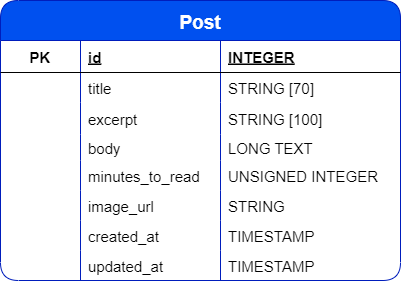
This is diagrams/relational_schema-0.0.1.drawio.png from AhmdSkr/Blogging-Website-Server-Side-Development, a draw.io export, as it was before one commit. Source tidied: cells renumbered, new cells last; positions are measured from the earlier drawing's top-left corner, leaving out a move shared by most shapes. The source it was exported from:
```xml
<mxGraphModel>
  <root>
    <mxCell id="0" />
    <mxCell id="1" parent="0" />
    <mxCell id="2" value="Post" style="shape=table;startSize=40;rowLines=0;fontStyle=1;align=center;fontSize=19;fillColor=#0050ef;strokeColor=#001DBC;fontColor=#ffffff;rounded=1;" parent="1" vertex="1">
      <mxGeometry width="400" height="280" as="geometry" />
    </mxCell>
    <mxCell id="3" style="shape=tableRow;horizontal=0;startSize=0;swimlaneHead=0;swimlaneBody=0;fillColor=none;points=[[0,0.5],[1,0.5]];portConstraint=eastwest;top=0;left=0;right=0;bottom=1;fontSize=15;rounded=1;" parent="2" vertex="1">
      <mxGeometry y="40" width="400" height="32" as="geometry" />
    </mxCell>
    <mxCell id="4" value="PK" style="shape=partialRectangle;fillColor=none;top=0;left=0;bottom=0;right=0;fontStyle=1;overflow=hidden;fontSize=15;rounded=1;" parent="3" vertex="1">
      <mxGeometry width="80" height="32" as="geometry" />
    </mxCell>
    <mxCell id="5" value="id" style="shape=partialRectangle;fillColor=none;top=0;left=0;bottom=0;right=0;align=left;spacingLeft=6;fontStyle=5;overflow=hidden;fontSize=15;rounded=1;" parent="3" vertex="1">
      <mxGeometry x="80" width="140" height="32" as="geometry" />
    </mxCell>
    <object id="6" label="INTEGER" placeholders="1">
      <mxCell style="shape=partialRectangle;fillColor=none;top=0;left=0;bottom=0;right=0;align=left;spacingLeft=6;fontStyle=5;overflow=hidden;fontSize=15;rounded=1;" parent="3" vertex="1">
        <mxGeometry x="220" width="180" height="32" as="geometry" />
      </mxCell>
    </object>
    <mxCell id="7" style="shape=tableRow;horizontal=0;startSize=0;swimlaneHead=0;swimlaneBody=0;fillColor=none;top=0;left=0;right=0;bottom=0;fontSize=15;rounded=1;" parent="2" vertex="1">
      <mxGeometry y="72" width="400" height="30" as="geometry" />
    </mxCell>
    <mxCell id="8" style="shape=partialRectangle;fillColor=none;top=0;left=0;bottom=0;right=0;overflow=hidden;fontSize=15;rounded=1;" parent="7" vertex="1">
      <mxGeometry width="80" height="30" as="geometry" />
    </mxCell>
    <mxCell id="9" value="title" style="shape=partialRectangle;fillColor=none;top=0;left=0;bottom=0;right=0;align=left;spacingLeft=6;overflow=hidden;fontSize=15;rounded=1;" parent="7" vertex="1">
      <mxGeometry x="80" width="140" height="30" as="geometry" />
    </mxCell>
    <mxCell id="10" value="STRING [70]" style="shape=partialRectangle;fillColor=none;top=0;left=0;bottom=0;right=0;align=left;spacingLeft=6;overflow=hidden;fontSize=15;rounded=1;" parent="7" vertex="1">
      <mxGeometry x="220" width="180" height="30" as="geometry" />
    </mxCell>
    <mxCell id="11" style="shape=tableRow;horizontal=0;startSize=0;swimlaneHead=0;swimlaneBody=0;fillColor=none;top=0;left=0;right=0;bottom=0;fontSize=15;rounded=1;" parent="2" vertex="1">
      <mxGeometry y="102" width="400" height="32" as="geometry" />
    </mxCell>
    <mxCell id="12" style="shape=partialRectangle;fillColor=none;top=0;left=0;bottom=0;right=0;overflow=hidden;fontSize=15;rounded=1;" parent="11" vertex="1">
      <mxGeometry width="80" height="32" as="geometry" />
    </mxCell>
    <mxCell id="13" value="excerpt" style="shape=partialRectangle;fillColor=none;top=0;left=0;bottom=0;right=0;align=left;spacingLeft=6;overflow=hidden;fontSize=15;rounded=1;" parent="11" vertex="1">
      <mxGeometry x="80" width="140" height="32" as="geometry" />
    </mxCell>
    <mxCell id="14" value="STRING [100]" style="shape=partialRectangle;fillColor=none;top=0;left=0;bottom=0;right=0;align=left;spacingLeft=6;overflow=hidden;fontSize=15;rounded=1;" parent="11" vertex="1">
      <mxGeometry x="220" width="180" height="32" as="geometry" />
    </mxCell>
    <mxCell id="15" style="shape=tableRow;horizontal=0;startSize=0;swimlaneHead=0;swimlaneBody=0;fillColor=none;top=0;left=0;right=0;bottom=0;fontSize=15;rounded=1;" parent="2" vertex="1">
      <mxGeometry y="134" width="400" height="26" as="geometry" />
    </mxCell>
    <mxCell id="16" style="shape=partialRectangle;fillColor=none;top=0;left=0;bottom=0;right=0;overflow=hidden;fontSize=15;rounded=1;" parent="15" vertex="1">
      <mxGeometry width="80" height="26" as="geometry" />
    </mxCell>
    <mxCell id="17" value="body" style="shape=partialRectangle;fillColor=none;top=0;left=0;bottom=0;right=0;align=left;spacingLeft=6;overflow=hidden;fontSize=15;rounded=1;" parent="15" vertex="1">
      <mxGeometry x="80" width="140" height="26" as="geometry" />
    </mxCell>
    <mxCell id="18" value="LONG TEXT" style="shape=partialRectangle;fillColor=none;top=0;left=0;bottom=0;right=0;align=left;spacingLeft=6;overflow=hidden;fontSize=15;rounded=1;" parent="15" vertex="1">
      <mxGeometry x="220" width="180" height="26" as="geometry" />
    </mxCell>
    <mxCell id="19" style="shape=tableRow;horizontal=0;startSize=0;swimlaneHead=0;swimlaneBody=0;fillColor=none;top=0;left=0;right=0;bottom=0;fontSize=15;rounded=1;" parent="2" vertex="1">
      <mxGeometry y="160" width="400" height="30" as="geometry" />
    </mxCell>
    <mxCell id="20" style="shape=partialRectangle;fillColor=none;top=0;left=0;bottom=0;right=0;overflow=hidden;fontSize=15;rounded=1;" parent="19" vertex="1">
      <mxGeometry width="80" height="30" as="geometry" />
    </mxCell>
    <mxCell id="21" value="minutes_to_read" style="shape=partialRectangle;fillColor=none;top=0;left=0;bottom=0;right=0;align=left;spacingLeft=6;overflow=hidden;fontSize=15;rounded=1;" parent="19" vertex="1">
      <mxGeometry x="80" width="140" height="30" as="geometry" />
    </mxCell>
    <mxCell id="22" value="UNSIGNED INTEGER" style="shape=partialRectangle;fillColor=none;top=0;left=0;bottom=0;right=0;align=left;spacingLeft=6;overflow=hidden;fontSize=15;rounded=1;" parent="19" vertex="1">
      <mxGeometry x="220" width="180" height="30" as="geometry" />
    </mxCell>
    <mxCell id="23" style="shape=tableRow;horizontal=0;startSize=0;swimlaneHead=0;swimlaneBody=0;fillColor=none;top=0;left=0;right=0;bottom=0;fontSize=15;rounded=1;" parent="2" vertex="1">
      <mxGeometry y="190" width="400" height="30" as="geometry" />
    </mxCell>
    <mxCell id="24" style="shape=partialRectangle;fillColor=none;top=0;left=0;bottom=0;right=0;overflow=hidden;fontSize=15;rounded=1;" parent="23" vertex="1">
      <mxGeometry width="80" height="30" as="geometry" />
    </mxCell>
    <mxCell id="25" value="image_url" style="shape=partialRectangle;fillColor=none;top=0;left=0;bottom=0;right=0;align=left;spacingLeft=6;overflow=hidden;fontSize=15;rounded=1;" parent="23" vertex="1">
      <mxGeometry x="80" width="140" height="30" as="geometry" />
    </mxCell>
    <mxCell id="26" value="STRING" style="shape=partialRectangle;fillColor=none;top=0;left=0;bottom=0;right=0;align=left;spacingLeft=6;overflow=hidden;fontSize=15;rounded=1;" parent="23" vertex="1">
      <mxGeometry x="220" width="180" height="30" as="geometry" />
    </mxCell>
    <mxCell id="27" style="shape=tableRow;horizontal=0;startSize=0;swimlaneHead=0;swimlaneBody=0;fillColor=none;top=0;left=0;right=0;bottom=0;fontSize=15;rounded=1;" parent="2" vertex="1">
      <mxGeometry y="220" width="400" height="30" as="geometry" />
    </mxCell>
    <mxCell id="28" style="shape=partialRectangle;fillColor=none;top=0;left=0;bottom=0;right=0;overflow=hidden;fontSize=15;rounded=1;" parent="27" vertex="1">
      <mxGeometry width="80" height="30" as="geometry" />
    </mxCell>
    <mxCell id="29" value="created_at" style="shape=partialRectangle;fillColor=none;top=0;left=0;bottom=0;right=0;align=left;spacingLeft=6;overflow=hidden;fontSize=15;rounded=1;" parent="27" vertex="1">
      <mxGeometry x="80" width="140" height="30" as="geometry" />
    </mxCell>
    <mxCell id="30" value="TIMESTAMP" style="shape=partialRectangle;fillColor=none;top=0;left=0;bottom=0;right=0;align=left;spacingLeft=6;overflow=hidden;fontSize=15;rounded=1;" parent="27" vertex="1">
      <mxGeometry x="220" width="180" height="30" as="geometry" />
    </mxCell>
    <mxCell id="31" style="shape=tableRow;horizontal=0;startSize=0;swimlaneHead=0;swimlaneBody=0;fillColor=none;top=0;left=0;right=0;bottom=0;fontSize=15;rounded=1;" parent="2" vertex="1">
      <mxGeometry y="250" width="400" height="30" as="geometry" />
    </mxCell>
    <mxCell id="32" style="shape=partialRectangle;fillColor=none;top=0;left=0;bottom=0;right=0;overflow=hidden;fontSize=15;rounded=1;" parent="31" vertex="1">
      <mxGeometry width="80" height="30" as="geometry" />
    </mxCell>
    <mxCell id="33" value="updated_at" style="shape=partialRectangle;fillColor=none;top=0;left=0;bottom=0;right=0;align=left;spacingLeft=6;overflow=hidden;fontSize=15;rounded=1;" parent="31" vertex="1">
      <mxGeometry x="80" width="140" height="30" as="geometry" />
    </mxCell>
    <mxCell id="34" value="TIMESTAMP" style="shape=partialRectangle;fillColor=none;top=0;left=0;bottom=0;right=0;align=left;spacingLeft=6;overflow=hidden;fontSize=15;rounded=1;" parent="31" vertex="1">
      <mxGeometry x="220" width="180" height="30" as="geometry" />
    </mxCell>
  </root>
</mxGraphModel>
```
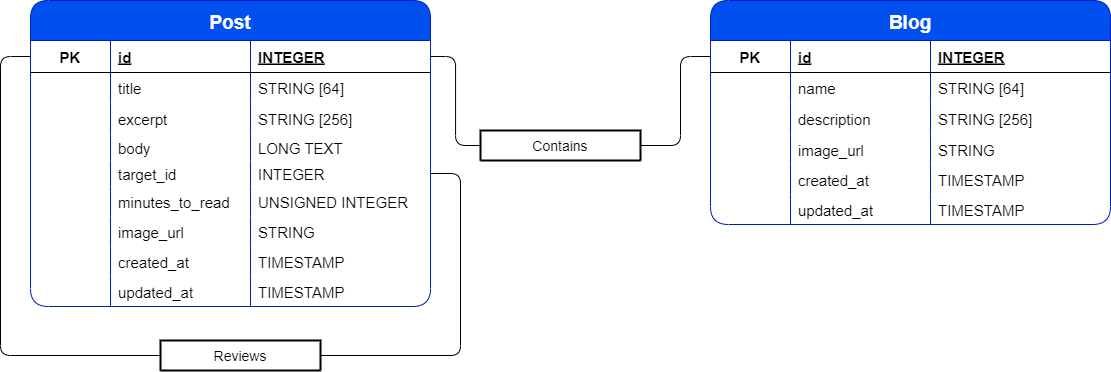
Above is the later version.

Diff of the diagram source:
```diff
@@ -3,7 +3,7 @@
     <mxCell id="0" />
     <mxCell id="1" parent="0" />
     <mxCell id="2" value="Post" style="shape=table;startSize=40;rowLines=0;fontStyle=1;align=center;fontSize=19;fillColor=#0050ef;strokeColor=#001DBC;fontColor=#ffffff;rounded=1;" parent="1" vertex="1">
-      <mxGeometry width="400" height="280" as="geometry" />
+      <mxGeometry width="400" height="306" as="geometry" />
     </mxCell>
     <mxCell id="3" style="shape=tableRow;horizontal=0;startSize=0;swimlaneHead=0;swimlaneBody=0;fillColor=none;points=[[0,0.5],[1,0.5]];portConstraint=eastwest;top=0;left=0;right=0;bottom=1;fontSize=15;rounded=1;" parent="2" vertex="1">
       <mxGeometry y="40" width="400" height="32" as="geometry" />
@@ -28,7 +28,7 @@
     <mxCell id="9" value="title" style="shape=partialRectangle;fillColor=none;top=0;left=0;bottom=0;right=0;align=left;spacingLeft=6;overflow=hidden;fontSize=15;rounded=1;" parent="7" vertex="1">
       <mxGeometry x="80" width="140" height="30" as="geometry" />
     </mxCell>
-    <mxCell id="10" value="STRING [70]" style="shape=partialRectangle;fillColor=none;top=0;left=0;bottom=0;right=0;align=left;spacingLeft=6;overflow=hidden;fontSize=15;rounded=1;" parent="7" vertex="1">
+    <mxCell id="10" value="STRING [64]" style="shape=partialRectangle;fillColor=none;top=0;left=0;bottom=0;right=0;align=left;spacingLeft=6;overflow=hidden;fontSize=15;rounded=1;" parent="7" vertex="1">
       <mxGeometry x="220" width="180" height="30" as="geometry" />
     </mxCell>
     <mxCell id="11" style="shape=tableRow;horizontal=0;startSize=0;swimlaneHead=0;swimlaneBody=0;fillColor=none;top=0;left=0;right=0;bottom=0;fontSize=15;rounded=1;" parent="2" vertex="1">
@@ -40,7 +40,7 @@
     <mxCell id="13" value="excerpt" style="shape=partialRectangle;fillColor=none;top=0;left=0;bottom=0;right=0;align=left;spacingLeft=6;overflow=hidden;fontSize=15;rounded=1;" parent="11" vertex="1">
       <mxGeometry x="80" width="140" height="32" as="geometry" />
     </mxCell>
-    <mxCell id="14" value="STRING [100]" style="shape=partialRectangle;fillColor=none;top=0;left=0;bottom=0;right=0;align=left;spacingLeft=6;overflow=hidden;fontSize=15;rounded=1;" parent="11" vertex="1">
+    <mxCell id="14" value="STRING [256]" style="shape=partialRectangle;fillColor=none;top=0;left=0;bottom=0;right=0;align=left;spacingLeft=6;overflow=hidden;fontSize=15;rounded=1;" parent="11" vertex="1">
       <mxGeometry x="220" width="180" height="32" as="geometry" />
     </mxCell>
     <mxCell id="15" style="shape=tableRow;horizontal=0;startSize=0;swimlaneHead=0;swimlaneBody=0;fillColor=none;top=0;left=0;right=0;bottom=0;fontSize=15;rounded=1;" parent="2" vertex="1">
@@ -55,8 +55,20 @@
     <mxCell id="18" value="LONG TEXT" style="shape=partialRectangle;fillColor=none;top=0;left=0;bottom=0;right=0;align=left;spacingLeft=6;overflow=hidden;fontSize=15;rounded=1;" parent="15" vertex="1">
       <mxGeometry x="220" width="180" height="26" as="geometry" />
     </mxCell>
+    <mxCell id="35" style="shape=tableRow;horizontal=0;startSize=0;swimlaneHead=0;swimlaneBody=0;fillColor=none;points=[[0,0.5],[1,0.5]];portConstraint=eastwest;top=0;left=0;right=0;bottom=0;fontSize=15;rounded=1;" parent="2" vertex="1">
+      <mxGeometry y="160" width="400" height="26" as="geometry" />
+    </mxCell>
+    <mxCell id="36" style="shape=partialRectangle;fillColor=none;top=0;left=0;bottom=0;right=0;overflow=hidden;fontSize=15;rounded=1;" parent="35" vertex="1">
+      <mxGeometry width="80" height="26" as="geometry" />
+    </mxCell>
+    <mxCell id="37" value="target_id" style="shape=partialRectangle;fillColor=none;top=0;left=0;bottom=0;right=0;align=left;spacingLeft=6;overflow=hidden;fontSize=15;rounded=1;" parent="35" vertex="1">
+      <mxGeometry x="80" width="140" height="26" as="geometry" />
+    </mxCell>
+    <mxCell id="38" value="INTEGER" style="shape=partialRectangle;fillColor=none;top=0;left=0;bottom=0;right=0;align=left;spacingLeft=6;overflow=hidden;fontSize=15;rounded=1;" parent="35" vertex="1">
+      <mxGeometry x="220" width="180" height="26" as="geometry" />
+    </mxCell>
     <mxCell id="19" style="shape=tableRow;horizontal=0;startSize=0;swimlaneHead=0;swimlaneBody=0;fillColor=none;top=0;left=0;right=0;bottom=0;fontSize=15;rounded=1;" parent="2" vertex="1">
-      <mxGeometry y="160" width="400" height="30" as="geometry" />
+      <mxGeometry y="186" width="400" height="30" as="geometry" />
     </mxCell>
     <mxCell id="20" style="shape=partialRectangle;fillColor=none;top=0;left=0;bottom=0;right=0;overflow=hidden;fontSize=15;rounded=1;" parent="19" vertex="1">
       <mxGeometry width="80" height="30" as="geometry" />
@@ -68,7 +80,7 @@
       <mxGeometry x="220" width="180" height="30" as="geometry" />
     </mxCell>
     <mxCell id="23" style="shape=tableRow;horizontal=0;startSize=0;swimlaneHead=0;swimlaneBody=0;fillColor=none;top=0;left=0;right=0;bottom=0;fontSize=15;rounded=1;" parent="2" vertex="1">
-      <mxGeometry y="190" width="400" height="30" as="geometry" />
+      <mxGeometry y="216" width="400" height="30" as="geometry" />
     </mxCell>
     <mxCell id="24" style="shape=partialRectangle;fillColor=none;top=0;left=0;bottom=0;right=0;overflow=hidden;fontSize=15;rounded=1;" parent="23" vertex="1">
       <mxGeometry width="80" height="30" as="geometry" />
@@ -80,7 +92,7 @@
       <mxGeometry x="220" width="180" height="30" as="geometry" />
     </mxCell>
     <mxCell id="27" style="shape=tableRow;horizontal=0;startSize=0;swimlaneHead=0;swimlaneBody=0;fillColor=none;top=0;left=0;right=0;bottom=0;fontSize=15;rounded=1;" parent="2" vertex="1">
-      <mxGeometry y="220" width="400" height="30" as="geometry" />
+      <mxGeometry y="246" width="400" height="30" as="geometry" />
     </mxCell>
     <mxCell id="28" style="shape=partialRectangle;fillColor=none;top=0;left=0;bottom=0;right=0;overflow=hidden;fontSize=15;rounded=1;" parent="27" vertex="1">
       <mxGeometry width="80" height="30" as="geometry" />
@@ -92,7 +104,7 @@
       <mxGeometry x="220" width="180" height="30" as="geometry" />
     </mxCell>
     <mxCell id="31" style="shape=tableRow;horizontal=0;startSize=0;swimlaneHead=0;swimlaneBody=0;fillColor=none;top=0;left=0;right=0;bottom=0;fontSize=15;rounded=1;" parent="2" vertex="1">
-      <mxGeometry y="250" width="400" height="30" as="geometry" />
+      <mxGeometry y="276" width="400" height="30" as="geometry" />
     </mxCell>
     <mxCell id="32" style="shape=partialRectangle;fillColor=none;top=0;left=0;bottom=0;right=0;overflow=hidden;fontSize=15;rounded=1;" parent="31" vertex="1">
       <mxGeometry width="80" height="30" as="geometry" />
@@ -103,5 +115,114 @@
     <mxCell id="34" value="TIMESTAMP" style="shape=partialRectangle;fillColor=none;top=0;left=0;bottom=0;right=0;align=left;spacingLeft=6;overflow=hidden;fontSize=15;rounded=1;" parent="31" vertex="1">
       <mxGeometry x="220" width="180" height="30" as="geometry" />
     </mxCell>
+    <mxCell id="39" value="Blog" style="shape=table;startSize=40;rowLines=0;fontStyle=1;align=center;fontSize=19;fillColor=#0050ef;strokeColor=#001DBC;fontColor=#ffffff;rounded=1;" parent="1" vertex="1">
+      <mxGeometry x="680" width="400" height="224" as="geometry" />
+    </mxCell>
+    <mxCell id="40" style="shape=tableRow;horizontal=0;startSize=0;swimlaneHead=0;swimlaneBody=0;fillColor=none;points=[[0,0.5],[1,0.5]];portConstraint=eastwest;top=0;left=0;right=0;bottom=1;fontSize=15;rounded=1;" parent="39" vertex="1">
+      <mxGeometry y="40" width="400" height="32" as="geometry" />
+    </mxCell>
+    <mxCell id="41" value="PK" style="shape=partialRectangle;fillColor=none;top=0;left=0;bottom=0;right=0;fontStyle=1;overflow=hidden;fontSize=15;rounded=1;" parent="40" vertex="1">
+      <mxGeometry width="80" height="32" as="geometry" />
+    </mxCell>
+    <mxCell id="42" value="id" style="shape=partialRectangle;fillColor=none;top=0;left=0;bottom=0;right=0;align=left;spacingLeft=6;fontStyle=5;overflow=hidden;fontSize=15;rounded=1;" parent="40" vertex="1">
+      <mxGeometry x="80" width="140" height="32" as="geometry" />
+    </mxCell>
+    <object id="43" label="INTEGER" placeholders="1">
+      <mxCell style="shape=partialRectangle;fillColor=none;top=0;left=0;bottom=0;right=0;align=left;spacingLeft=6;fontStyle=5;overflow=hidden;fontSize=15;rounded=1;" parent="40" vertex="1">
+        <mxGeometry x="220" width="180" height="32" as="geometry" />
+      </mxCell>
+    </object>
+    <mxCell id="44" style="shape=tableRow;horizontal=0;startSize=0;swimlaneHead=0;swimlaneBody=0;fillColor=none;top=0;left=0;right=0;bottom=0;fontSize=15;rounded=1;" parent="39" vertex="1">
+      <mxGeometry y="72" width="400" height="30" as="geometry" />
+    </mxCell>
+    <mxCell id="45" style="shape=partialRectangle;fillColor=none;top=0;left=0;bottom=0;right=0;overflow=hidden;fontSize=15;rounded=1;" parent="44" vertex="1">
+      <mxGeometry width="80" height="30" as="geometry" />
+    </mxCell>
+    <mxCell id="46" value="name" style="shape=partialRectangle;fillColor=none;top=0;left=0;bottom=0;right=0;align=left;spacingLeft=6;overflow=hidden;fontSize=15;rounded=1;" parent="44" vertex="1">
+      <mxGeometry x="80" width="140" height="30" as="geometry" />
+    </mxCell>
+    <mxCell id="47" value="STRING [64]" style="shape=partialRectangle;fillColor=none;top=0;left=0;bottom=0;right=0;align=left;spacingLeft=6;overflow=hidden;fontSize=15;rounded=1;" parent="44" vertex="1">
+      <mxGeometry x="220" width="180" height="30" as="geometry" />
+    </mxCell>
+    <mxCell id="48" style="shape=tableRow;horizontal=0;startSize=0;swimlaneHead=0;swimlaneBody=0;fillColor=none;top=0;left=0;right=0;bottom=0;fontSize=15;rounded=1;" parent="39" vertex="1">
+      <mxGeometry y="102" width="400" height="32" as="geometry" />
+    </mxCell>
+    <mxCell id="49" style="shape=partialRectangle;fillColor=none;top=0;left=0;bottom=0;right=0;overflow=hidden;fontSize=15;rounded=1;" parent="48" vertex="1">
+      <mxGeometry width="80" height="32" as="geometry" />
+    </mxCell>
+    <mxCell id="50" value="description" style="shape=partialRectangle;fillColor=none;top=0;left=0;bottom=0;right=0;align=left;spacingLeft=6;overflow=hidden;fontSize=15;rounded=1;" parent="48" vertex="1">
+      <mxGeometry x="80" width="140" height="32" as="geometry" />
+    </mxCell>
+    <mxCell id="51" value="STRING [256]" style="shape=partialRectangle;fillColor=none;top=0;left=0;bottom=0;right=0;align=left;spacingLeft=6;overflow=hidden;fontSize=15;rounded=1;" parent="48" vertex="1">
+      <mxGeometry x="220" width="180" height="32" as="geometry" />
+    </mxCell>
+    <mxCell id="52" style="shape=tableRow;horizontal=0;startSize=0;swimlaneHead=0;swimlaneBody=0;fillColor=none;top=0;left=0;right=0;bottom=0;fontSize=15;rounded=1;" parent="39" vertex="1">
+      <mxGeometry y="134" width="400" height="30" as="geometry" />
+    </mxCell>
+    <mxCell id="53" style="shape=partialRectangle;fillColor=none;top=0;left=0;bottom=0;right=0;overflow=hidden;fontSize=15;rounded=1;" parent="52" vertex="1">
+      <mxGeometry width="80" height="30" as="geometry" />
+    </mxCell>
+    <mxCell id="54" value="image_url" style="shape=partialRectangle;fillColor=none;top=0;left=0;bottom=0;right=0;align=left;spacingLeft=6;overflow=hidden;fontSize=15;rounded=1;" parent="52" vertex="1">
+      <mxGeometry x="80" width="140" height="30" as="geometry" />
+    </mxCell>
+    <mxCell id="55" value="STRING" style="shape=partialRectangle;fillColor=none;top=0;left=0;bottom=0;right=0;align=left;spacingLeft=6;overflow=hidden;fontSize=15;rounded=1;" parent="52" vertex="1">
+      <mxGeometry x="220" width="180" height="30" as="geometry" />
+    </mxCell>
+    <mxCell id="56" style="shape=tableRow;horizontal=0;startSize=0;swimlaneHead=0;swimlaneBody=0;fillColor=none;top=0;left=0;right=0;bottom=0;fontSize=15;rounded=1;" parent="39" vertex="1">
+      <mxGeometry y="164" width="400" height="30" as="geometry" />
+    </mxCell>
+    <mxCell id="57" style="shape=partialRectangle;fillColor=none;top=0;left=0;bottom=0;right=0;overflow=hidden;fontSize=15;rounded=1;" parent="56" vertex="1">
+      <mxGeometry width="80" height="30" as="geometry" />
+    </mxCell>
+    <mxCell id="58" value="created_at" style="shape=partialRectangle;fillColor=none;top=0;left=0;bottom=0;right=0;align=left;spacingLeft=6;overflow=hidden;fontSize=15;rounded=1;" parent="56" vertex="1">
+      <mxGeometry x="80" width="140" height="30" as="geometry" />
+    </mxCell>
+    <mxCell id="59" value="TIMESTAMP" style="shape=partialRectangle;fillColor=none;top=0;left=0;bottom=0;right=0;align=left;spacingLeft=6;overflow=hidden;fontSize=15;rounded=1;" parent="56" vertex="1">
+      <mxGeometry x="220" width="180" height="30" as="geometry" />
+    </mxCell>
+    <mxCell id="60" style="shape=tableRow;horizontal=0;startSize=0;swimlaneHead=0;swimlaneBody=0;fillColor=none;top=0;left=0;right=0;bottom=0;fontSize=15;rounded=1;" parent="39" vertex="1">
+      <mxGeometry y="194" width="400" height="30" as="geometry" />
+    </mxCell>
+    <mxCell id="61" style="shape=partialRectangle;fillColor=none;top=0;left=0;bottom=0;right=0;overflow=hidden;fontSize=15;rounded=1;" parent="60" vertex="1">
+      <mxGeometry width="80" height="30" as="geometry" />
+    </mxCell>
+    <mxCell id="62" value="updated_at" style="shape=partialRectangle;fillColor=none;top=0;left=0;bottom=0;right=0;align=left;spacingLeft=6;overflow=hidden;fontSize=15;rounded=1;" parent="60" vertex="1">
+      <mxGeometry x="80" width="140" height="30" as="geometry" />
+    </mxCell>
+    <mxCell id="63" value="TIMESTAMP" style="shape=partialRectangle;fillColor=none;top=0;left=0;bottom=0;right=0;align=left;spacingLeft=6;overflow=hidden;fontSize=15;rounded=1;" parent="60" vertex="1">
+      <mxGeometry x="220" width="180" height="30" as="geometry" />
+    </mxCell>
+    <mxCell id="64" value="Contains" style="swimlane;horizontal=1;startSize=30;rounded=1;fontSize=14;fontStyle=0;strokeWidth=2;shadow=0;dashed=0;align=center;" parent="1" vertex="1">
+      <mxGeometry x="450" y="130" width="160" height="30" as="geometry" />
+    </mxCell>
+    <mxCell id="65" style="edgeStyle=orthogonalEdgeStyle;html=1;entryX=0;entryY=0.5;entryDx=0;entryDy=0;endArrow=none;endFill=0;exitX=1;exitY=0.5;exitDx=0;exitDy=0;" parent="1" edge="1" source="64" target="40">
+      <mxGeometry relative="1" as="geometry">
+        <Array as="points">
+          <mxPoint x="650" y="56" />
+        </Array>
+      </mxGeometry>
+    </mxCell>
+    <mxCell id="66" style="edgeStyle=orthogonalEdgeStyle;html=1;exitX=1;exitY=0.5;exitDx=0;exitDy=0;entryX=0;entryY=0.5;entryDx=0;entryDy=0;endArrow=none;endFill=0;" parent="1" edge="1" source="3" target="64">
+      <mxGeometry relative="1" as="geometry" />
+    </mxCell>
+    <mxCell id="67" value="Reviews" style="swimlane;horizontal=1;startSize=30;rounded=1;fontSize=14;fontStyle=0;strokeWidth=2;shadow=0;dashed=0;align=center;" parent="1" vertex="1">
+      <mxGeometry x="130" y="340" width="160" height="30" as="geometry" />
+    </mxCell>
+    <mxCell id="68" style="edgeStyle=orthogonalEdgeStyle;html=1;exitX=1;exitY=0.5;exitDx=0;exitDy=0;entryX=1;entryY=0.5;entryDx=0;entryDy=0;endArrow=none;endFill=0;" parent="1" edge="1" source="35" target="67">
+      <mxGeometry relative="1" as="geometry">
+        <Array as="points">
+          <mxPoint x="430" y="173" />
+          <mxPoint x="430" y="355" />
+        </Array>
+      </mxGeometry>
+    </mxCell>
+    <mxCell id="69" style="edgeStyle=orthogonalEdgeStyle;html=1;exitX=0;exitY=0.5;exitDx=0;exitDy=0;entryX=0;entryY=0.5;entryDx=0;entryDy=0;endArrow=none;endFill=0;" parent="1" edge="1" source="3" target="67">
+      <mxGeometry relative="1" as="geometry">
+        <Array as="points">
+          <mxPoint x="-30" y="56" />
+          <mxPoint x="-30" y="355" />
+        </Array>
+      </mxGeometry>
+    </mxCell>
   </root>
 </mxGraphModel>
```
